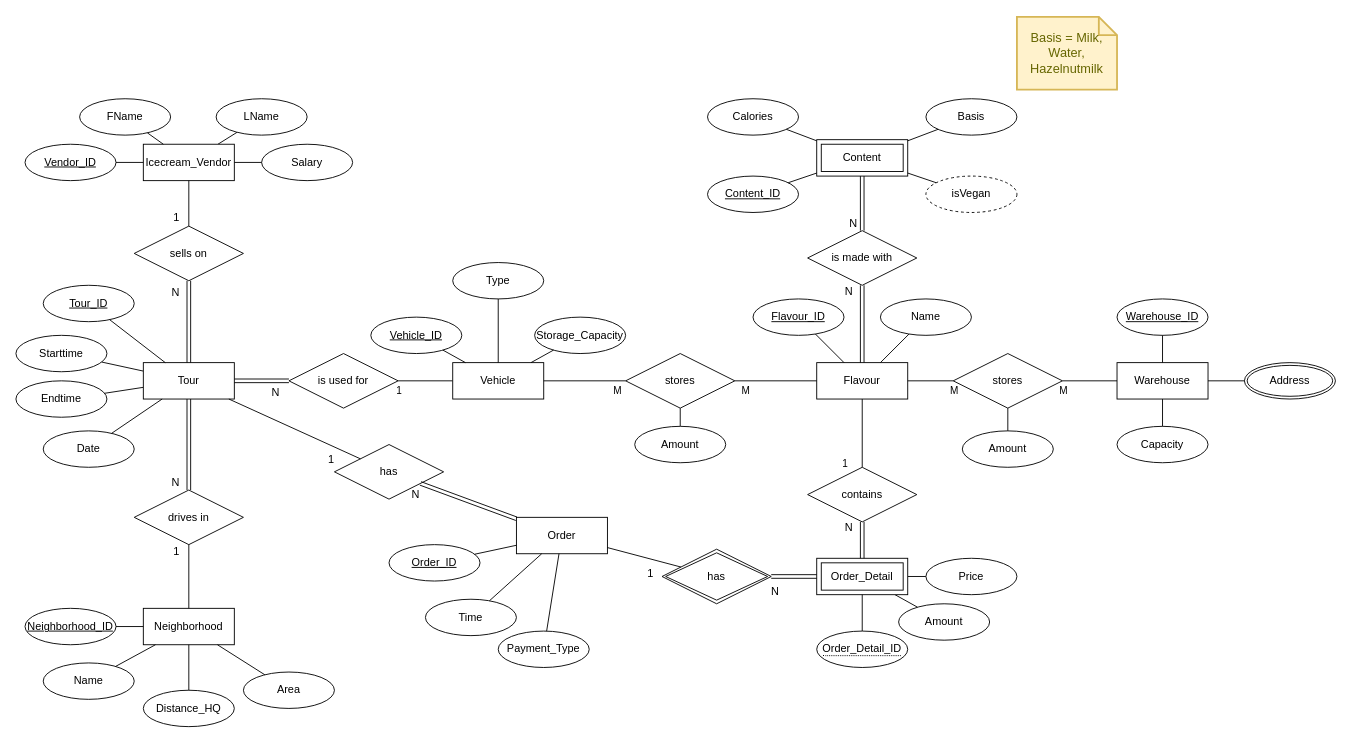
Earlier version of the draw.io diagram IcecreamEmpire.drawio (AmosDinh/IceCreamEmpire_S4). Source tidied: cells renumbered, new cells numbered last; positions are measured from the earlier drawing's top-left corner, leaving out a move shared by most shapes. Both pictures are drawn from the tidied source at 91%, with x=0, y=0 at pixel (15, 16).
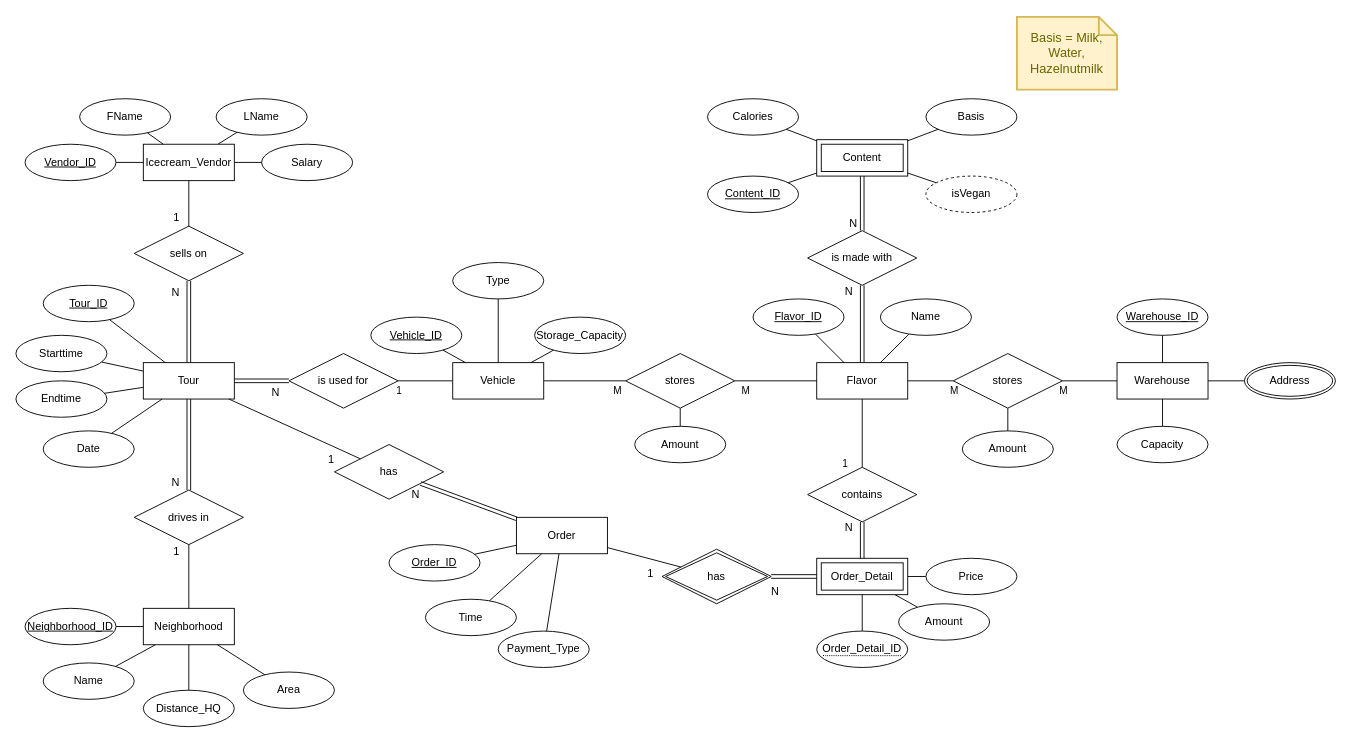
Above is the later version.

Change to the diagram source:
```diff
@@
-    <mxCell id="5" value="Flavour" style="whiteSpace=wrap;html=1;align=center;" parent="1" vertex="1">
+    <mxCell id="5" value="Flavor" style="whiteSpace=wrap;html=1;align=center;" parent="1" vertex="1">
       <mxGeometry x="880" y="380" width="100" height="40" as="geometry" />
     </mxCell>
@@
-    <mxCell id="79" value="Flavour_ID" style="ellipse;whiteSpace=wrap;html=1;align=center;fontStyle=4;" parent="1" vertex="1">
+    <mxCell id="79" value="Flavor_ID" style="ellipse;whiteSpace=wrap;html=1;align=center;fontStyle=4;" parent="1" vertex="1">
       <mxGeometry x="810" y="310" width="100" height="40" as="geometry" />
     </mxCell>
```
